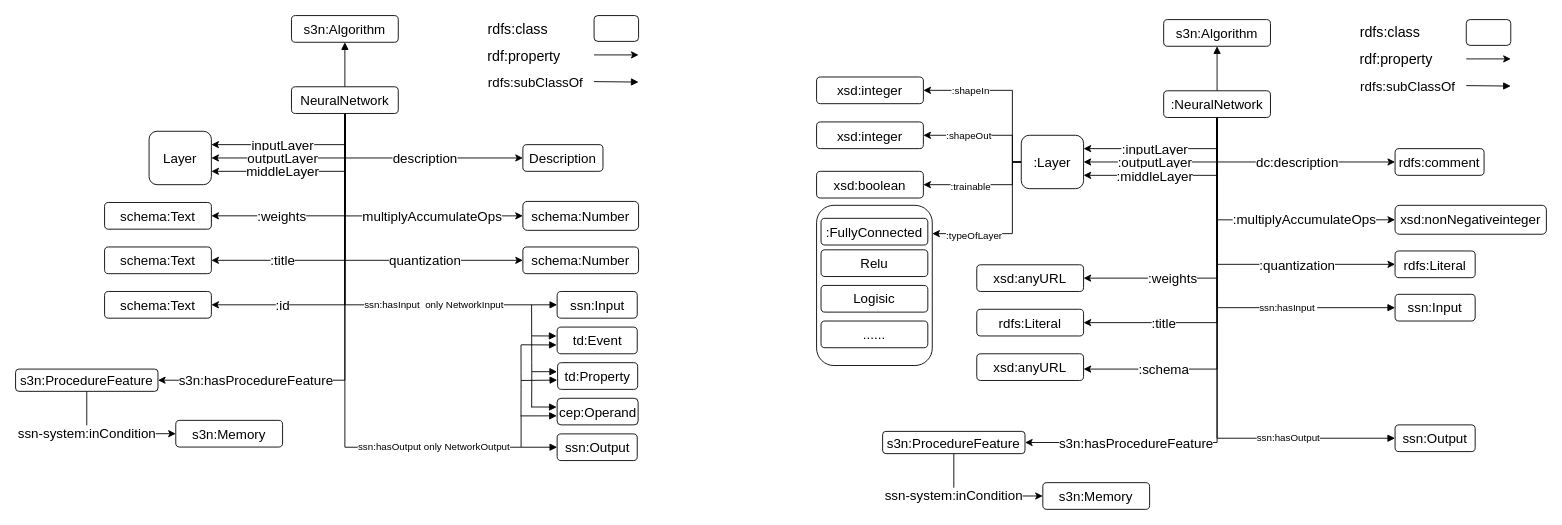
The draw.io diagram Untitled Diagram 1.drawio in Haoyu-R/appendix, before the edit. Source tidied: cells renumbered, new cells numbered last; positions are measured from the earlier drawing's top-left corner, leaving out a move shared by most shapes. Both pictures are drawn from the tidied source at 89%, with x=0, y=0 at pixel (15, 15).
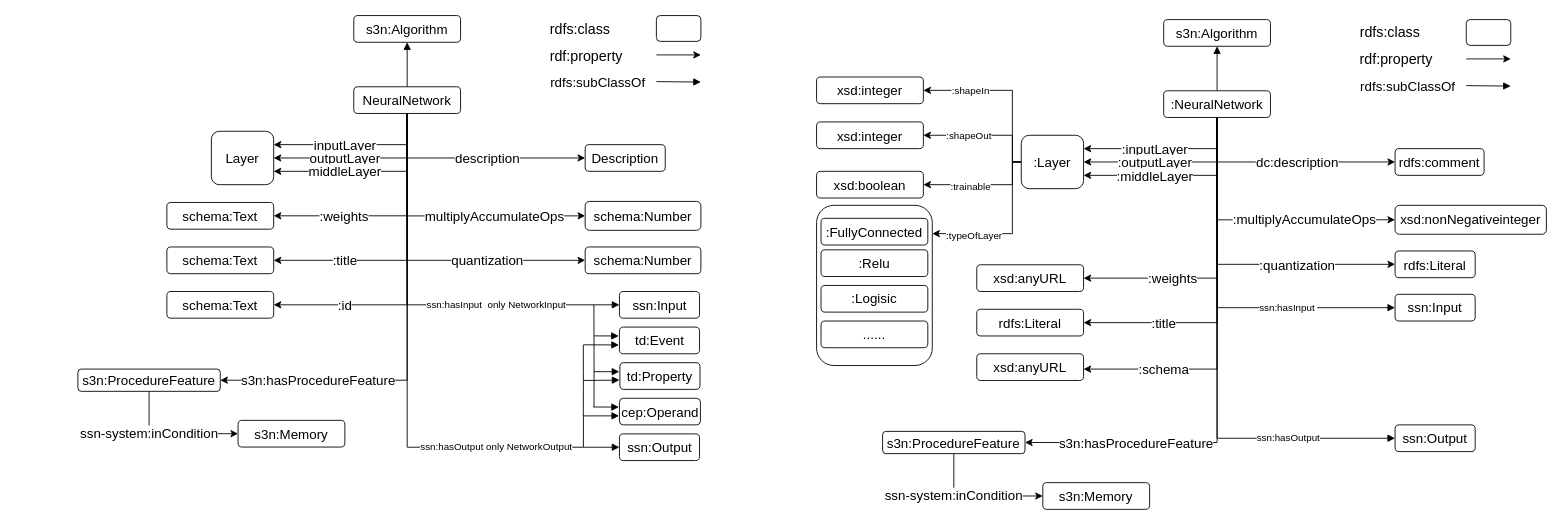
The same diagram, later.

Diff of the diagram source:
```diff
@@
     <mxCell id="2" value="s3n:Algorithm" style="rounded=1;whiteSpace=wrap;html=1;fontSize=15;" parent="1" vertex="1">
-      <mxGeometry x="310" width="120" height="30" as="geometry" />
+      <mxGeometry x="380" width="120" height="30" as="geometry" />
     </mxCell>
     <mxCell id="3" value=":title" style="edgeStyle=orthogonalEdgeStyle;rounded=0;jettySize=auto;html=1;exitX=0.5;exitY=1;exitDx=0;exitDy=0;fontSize=15;" parent="1" edge="1" source="16">
       <mxGeometry x="0.49" relative="1" as="geometry">
-        <mxPoint x="220" y="275" as="targetPoint" />
+        <mxPoint x="290" y="275" as="targetPoint" />
         <Array as="points">
-          <mxPoint x="370" y="275" />
+          <mxPoint x="440" y="275" />
         </Array>
       </mxGeometry>
     </mxCell>
@@
     <mxCell id="16" value="NeuralNetwork" style="rounded=1;whiteSpace=wrap;html=1;fontSize=15;" parent="1" vertex="1">
-      <mxGeometry x="310" y="80" width="120" height="30" as="geometry" />
+      <mxGeometry x="380" y="80" width="120" height="30" as="geometry" />
     </mxCell>
     <mxCell id="17" value="schema:Text" style="rounded=1;whiteSpace=wrap;html=1;fontSize=15;" parent="1" vertex="1">
-      <mxGeometry x="100" y="210" width="120" height="30" as="geometry" />
+      <mxGeometry x="170" y="210" width="120" height="30" as="geometry" />
     </mxCell>
     <mxCell id="18" value="Layer" style="rounded=1;whiteSpace=wrap;html=1;fontSize=15;" parent="1" vertex="1">
-      <mxGeometry x="150" y="130" width="70" height="60" as="geometry" />
+      <mxGeometry x="220" y="130" width="70" height="60" as="geometry" />
     </mxCell>
     <mxCell id="19" value="schema:Number" style="rounded=1;whiteSpace=wrap;html=1;fontSize=15;" parent="1" vertex="1">
-      <mxGeometry x="570" y="208.8" width="130" height="32.5" as="geometry" />
+      <mxGeometry x="640" y="208.8" width="130" height="32.5" as="geometry" />
     </mxCell>
     <mxCell id="20" value="schema:Number" style="rounded=1;whiteSpace=wrap;html=1;fontSize=15;" parent="1" vertex="1">
-      <mxGeometry x="570" y="260" width="130" height="30" as="geometry" />
+      <mxGeometry x="640" y="260" width="130" height="30" as="geometry" />
     </mxCell>
     <mxCell id="21" value="schema:Text" style="rounded=1;whiteSpace=wrap;html=1;fontSize=15;" parent="1" vertex="1">
-      <mxGeometry x="100" y="260" width="120" height="30" as="geometry" />
+      <mxGeometry x="170" y="260" width="120" height="30" as="geometry" />
     </mxCell>
     <mxCell id="22" value="schema:Text" style="rounded=1;whiteSpace=wrap;html=1;fontSize=15;" parent="1" vertex="1">
-      <mxGeometry x="100" y="310" width="120" height="30" as="geometry" />
+      <mxGeometry x="170" y="310" width="120" height="30" as="geometry" />
     </mxCell>
     <mxCell id="23" value="Description" style="rounded=1;whiteSpace=wrap;html=1;fontSize=15;" parent="1" vertex="1">
-      <mxGeometry x="570" y="145" width="90" height="30" as="geometry" />
+      <mxGeometry x="640" y="145" width="90" height="30" as="geometry" />
     </mxCell>
     <mxCell id="24" style="edgeStyle=orthogonalEdgeStyle;rounded=0;orthogonalLoop=1;jettySize=auto;html=1;exitX=0.5;exitY=1;exitDx=0;exitDy=0;fontSize=15;" parent="1" edge="1">
       <mxGeometry relative="1" as="geometry">
-        <mxPoint x="705" y="475" as="sourcePoint" />
-        <mxPoint x="705" y="475" as="targetPoint" />
+        <mxPoint x="775" y="475" as="sourcePoint" />
+        <mxPoint x="775" y="475" as="targetPoint" />
       </mxGeometry>
     </mxCell>
     <mxCell id="25" style="rounded=1;whiteSpace=wrap;html=1;fontSize=16;" parent="1" vertex="1">
-      <mxGeometry x="650" width="50" height="29" as="geometry" />
+      <mxGeometry x="720" width="50" height="29" as="geometry" />
     </mxCell>
     <mxCell id="26" value="rdfs:class" style="text;html=1;align=center;verticalAlign=middle;strokeColor=none;fontSize=16;" parent="1" vertex="1">
-      <mxGeometry x="524" y="4.5" width="80" height="20" as="geometry" />
+      <mxGeometry x="594" y="4.5" width="80" height="20" as="geometry" />
     </mxCell>
     <mxCell id="27" value="rdf:property" style="text;html=1;align=center;verticalAlign=middle;strokeColor=none;fontSize=16;" parent="1" vertex="1">
-      <mxGeometry x="521" y="34.5" width="100" height="20" as="geometry" />
+      <mxGeometry x="591" y="34.5" width="100" height="20" as="geometry" />
     </mxCell>
     <mxCell id="28" style="endArrow=classic;html=1;fontSize=16;" parent="1" edge="1">
       <mxGeometry relative="1" as="geometry">
-        <mxPoint x="650" y="44.2" as="sourcePoint" />
-        <mxPoint x="700" y="44.2" as="targetPoint" />
+        <mxPoint x="720" y="44.2" as="sourcePoint" />
+        <mxPoint x="770" y="44.2" as="targetPoint" />
         <Array as="points">
-          <mxPoint x="660" y="44.2" />
+          <mxPoint x="730" y="44.2" />
         </Array>
       </mxGeometry>
     </mxCell>
     <mxCell id="29" style="endArrow=block;html=1;fontSize=16;endFill=1;" parent="1" edge="1">
       <mxGeometry relative="1" as="geometry">
-        <mxPoint x="650" y="74.2" as="sourcePoint" />
-        <mxPoint x="700" y="74.7" as="targetPoint" />
+        <mxPoint x="720" y="74.2" as="sourcePoint" />
+        <mxPoint x="770" y="74.7" as="targetPoint" />
       </mxGeometry>
     </mxCell>
     <mxCell id="30" value="ssn-system:inCondition" style="edgeStyle=orthogonalEdgeStyle;rounded=0;jettySize=auto;html=1;exitX=0.5;exitY=1;exitDx=0;exitDy=0;entryX=0;entryY=0.5;entryDx=0;entryDy=0;fontSize=15;endArrow=classic;endFill=1;" parent="1" edge="1" source="31" target="32">
       <mxGeometry x="-0.36" relative="1" as="geometry">
         <Array as="points">
-          <mxPoint x="80" y="469.8" />
+          <mxPoint x="150" y="469.8" />
         </Array>
       </mxGeometry>
     </mxCell>
     <mxCell id="31" value="s3n:ProcedureFeature" style="rounded=1;whiteSpace=wrap;html=1;fontSize=15;" parent="1" vertex="1">
-      <mxGeometry y="397.2" width="160" height="25" as="geometry" />
+      <mxGeometry x="70" y="397.2" width="160" height="25" as="geometry" />
     </mxCell>
     <mxCell id="32" value="s3n:Memory" style="rounded=1;whiteSpace=wrap;html=1;fontSize=15;" parent="1" vertex="1">
-      <mxGeometry x="180" y="454.8" width="120" height="30" as="geometry" />
+      <mxGeometry x="250" y="454.8" width="120" height="30" as="geometry" />
     </mxCell>
     <mxCell id="33" value="rdfs:subClassOf" style="text;html=1;align=center;verticalAlign=middle;strokeColor=none;fontSize=15;" parent="1" vertex="1">
-      <mxGeometry x="524" y="64.5" width="120" height="20" as="geometry" />
+      <mxGeometry x="594" y="64.5" width="120" height="20" as="geometry" />
     </mxCell>
     <mxCell id="34" style="edgeStyle=orthogonalEdgeStyle;rounded=0;orthogonalLoop=1;jettySize=auto;html=1;exitX=0.5;exitY=1;exitDx=0;exitDy=0;" parent="1" edge="1">
       <mxGeometry relative="1" as="geometry">
-        <mxPoint x="694" y="377.5" as="sourcePoint" />
-        <mxPoint x="694" y="377.5" as="targetPoint" />
+        <mxPoint x="764" y="377.5" as="sourcePoint" />
+        <mxPoint x="764" y="377.5" as="targetPoint" />
       </mxGeometry>
     </mxCell>
     <mxCell id="35" value="cep:Operand" style="rounded=1;whiteSpace=wrap;html=1;fontSize=15;" parent="1" vertex="1">
-      <mxGeometry x="608.5" y="430" width="91" height="29.9" as="geometry" />
+      <mxGeometry x="678.5" y="430" width="91" height="29.9" as="geometry" />
     </mxCell>
     <mxCell id="36" value="td:Event" style="rounded=1;whiteSpace=wrap;html=1;fontSize=15;" parent="1" vertex="1">
-      <mxGeometry x="608.5" y="350" width="90" height="30" as="geometry" />
+      <mxGeometry x="678.5" y="350" width="90" height="30" as="geometry" />
     </mxCell>
@@
     <mxCell id="38" value="td:Property" style="rounded=1;whiteSpace=wrap;html=1;fontSize=15;" parent="1" vertex="1">
-      <mxGeometry x="609" y="390" width="90" height="30" as="geometry" />
+      <mxGeometry x="679" y="390" width="90" height="30" as="geometry" />
     </mxCell>
     <mxCell id="39" value="ssn:Input" style="rounded=1;whiteSpace=wrap;html=1;fontSize=15;" parent="1" vertex="1">
-      <mxGeometry x="608.5" y="310" width="90" height="30" as="geometry" />
+      <mxGeometry x="678.5" y="310" width="90" height="30" as="geometry" />
     </mxCell>
     <mxCell id="40" value="ssn:Output" style="rounded=1;whiteSpace=wrap;html=1;fontSize=15;" parent="1" vertex="1">
-      <mxGeometry x="608.5" y="470" width="90" height="30" as="geometry" />
+      <mxGeometry x="678.5" y="470" width="90" height="30" as="geometry" />
     </mxCell>
     <mxCell id="41" style="endArrow=block;html=1;endFill=1;entryX=-0.007;entryY=0.338;entryDx=0;entryDy=0;entryPerimeter=0;" parent="1" edge="1" target="38">
       <mxGeometry relative="1" as="geometry">
-        <mxPoint x="580" y="400.1" as="sourcePoint" />
+        <mxPoint x="650" y="400.1" as="sourcePoint" />
       </mxGeometry>
     </mxCell>
     <mxCell id="42" style="endArrow=block;html=1;entryX=-0.008;entryY=0.334;entryDx=0;entryDy=0;endFill=1;entryPerimeter=0;" parent="1" edge="1" target="36">
       <mxGeometry relative="1" as="geometry">
-        <mxPoint x="580" y="359.9" as="sourcePoint" />
+        <mxPoint x="650" y="359.9" as="sourcePoint" />
       </mxGeometry>
     </mxCell>
     <mxCell id="43" style="endArrow=block;html=1;endFill=1;entryX=-0.006;entryY=0.33;entryDx=0;entryDy=0;entryPerimeter=0;" parent="1" edge="1" target="35">
       <mxGeometry relative="1" as="geometry">
-        <mxPoint x="579.5" y="439.8" as="sourcePoint" />
+        <mxPoint x="649.5" y="439.8" as="sourcePoint" />
       </mxGeometry>
     </mxCell>
     <mxCell id="44" style="endArrow=none;html=1;" parent="1" edge="1">
       <mxGeometry relative="1" as="geometry">
-        <mxPoint x="579.9" y="440.1" as="sourcePoint" />
-        <mxPoint x="579.9" y="360.1" as="targetPoint" />
+        <mxPoint x="649.9" y="440.1" as="sourcePoint" />
+        <mxPoint x="649.9" y="360.1" as="targetPoint" />
         <Array as="points">
-          <mxPoint x="580" y="400" />
+          <mxPoint x="650" y="400" />
         </Array>
       </mxGeometry>
     </mxCell>
     <mxCell id="45" style="endArrow=none;html=1;" parent="1" edge="1">
       <mxGeometry relative="1" as="geometry">
-        <mxPoint x="579.9" y="360" as="sourcePoint" />
-        <mxPoint x="579.8" y="325" as="targetPoint" />
+        <mxPoint x="649.9" y="360" as="sourcePoint" />
+        <mxPoint x="649.8" y="325" as="targetPoint" />
       </mxGeometry>
     </mxCell>
     <mxCell id="46" style="endArrow=none;html=1;" parent="1" edge="1">
       <mxGeometry relative="1" as="geometry">
-        <mxPoint x="568" y="484.8" as="sourcePoint" />
-        <mxPoint x="568" y="450" as="targetPoint" />
+        <mxPoint x="638" y="484.8" as="sourcePoint" />
+        <mxPoint x="638" y="450" as="targetPoint" />
       </mxGeometry>
     </mxCell>
     <mxCell id="47" style="endArrow=block;html=1;endFill=1;entryX=-0.005;entryY=0.653;entryDx=0;entryDy=0;entryPerimeter=0;" parent="1" edge="1" target="38">
       <mxGeometry relative="1" as="geometry">
-        <mxPoint x="568" y="410" as="sourcePoint" />
+        <mxPoint x="638" y="410" as="sourcePoint" />
       </mxGeometry>
     </mxCell>
     <mxCell id="48" style="endArrow=block;html=1;entryX=-0.006;entryY=0.67;entryDx=0;entryDy=0;endFill=1;entryPerimeter=0;" parent="1" edge="1" target="36">
       <mxGeometry relative="1" as="geometry">
-        <mxPoint x="568" y="369.9" as="sourcePoint" />
+        <mxPoint x="638" y="369.9" as="sourcePoint" />
       </mxGeometry>
     </mxCell>
     <mxCell id="49" style="endArrow=block;html=1;entryX=-0.004;entryY=0.661;entryDx=0;entryDy=0;endFill=1;entryPerimeter=0;" parent="1" edge="1" target="35">
       <mxGeometry relative="1" as="geometry">
-        <mxPoint x="567.5" y="449.8" as="sourcePoint" />
+        <mxPoint x="637.5" y="449.8" as="sourcePoint" />
       </mxGeometry>
     </mxCell>
     <mxCell id="50" style="endArrow=none;html=1;" parent="1" edge="1">
       <mxGeometry relative="1" as="geometry">
-        <mxPoint x="567.9" y="450.1" as="sourcePoint" />
-        <mxPoint x="567.9" y="370.1" as="targetPoint" />
+        <mxPoint x="637.9" y="450.1" as="sourcePoint" />
+        <mxPoint x="637.9" y="370.1" as="targetPoint" />
         <Array as="points">
-          <mxPoint x="568" y="410" />
+          <mxPoint x="638" y="410" />
         </Array>
       </mxGeometry>
     </mxCell>
@@
-    <mxCell id="98" value="Relu" style="rounded=1;whiteSpace=wrap;html=1;fontSize=15;" parent="1" vertex="1">
+    <mxCell id="98" value=":Relu" style="rounded=1;whiteSpace=wrap;html=1;fontSize=15;" parent="1" vertex="1">
       <mxGeometry x="905" y="263.2" width="120" height="30" as="geometry" />
     </mxCell>
-    <mxCell id="99" value="Logisic" style="rounded=1;whiteSpace=wrap;html=1;fontSize=15;" parent="1" vertex="1">
+    <mxCell id="99" value=":Logisic" style="rounded=1;whiteSpace=wrap;html=1;fontSize=15;" parent="1" vertex="1">
       <mxGeometry x="905" y="303.2" width="120" height="30" as="geometry" />
     </mxCell>
```
